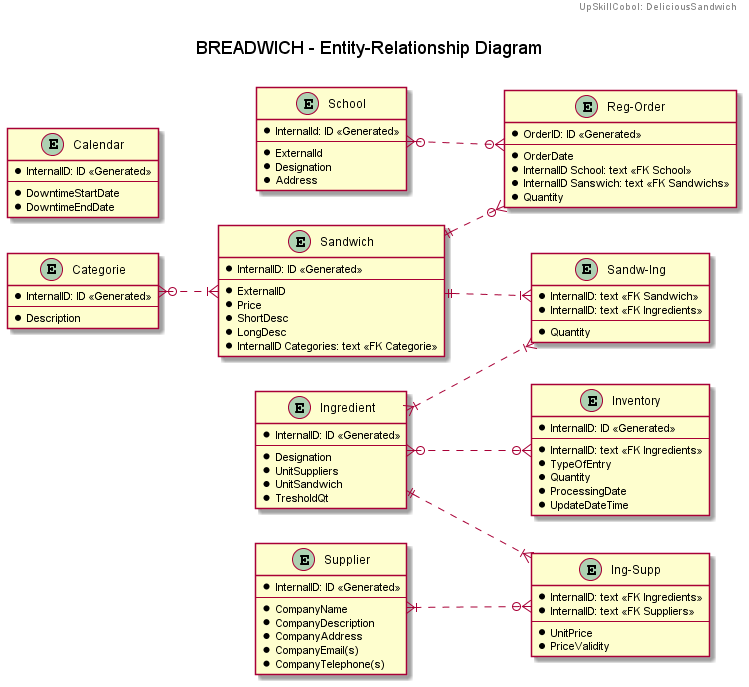
Earlier version of the PlantUML export Part3/documentation/Images PUML/ER-BREADWICH.png (UpSkillCobol/lab2).
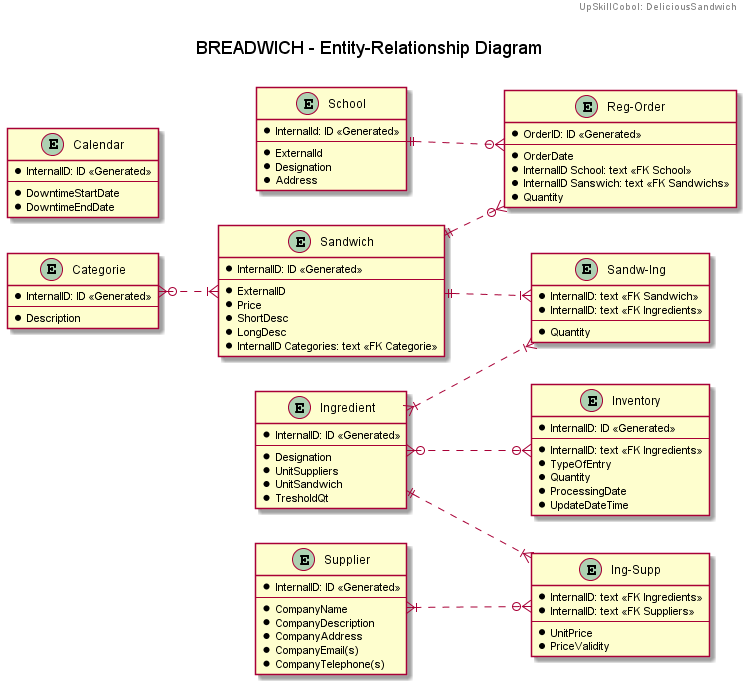
The same diagram one commit later.

The edit, as a diff of the source:
```diff
@@ -96,7 +96,7 @@
 ing  }o..o{ inv
 ing  }|..|{ sand1
 sand ||..|{ sand1
-sch  }o..o{ ord
+sch  ||..o{ ord
 sand ||..o{ ord
 cat  }o..|{ sand
 
```
